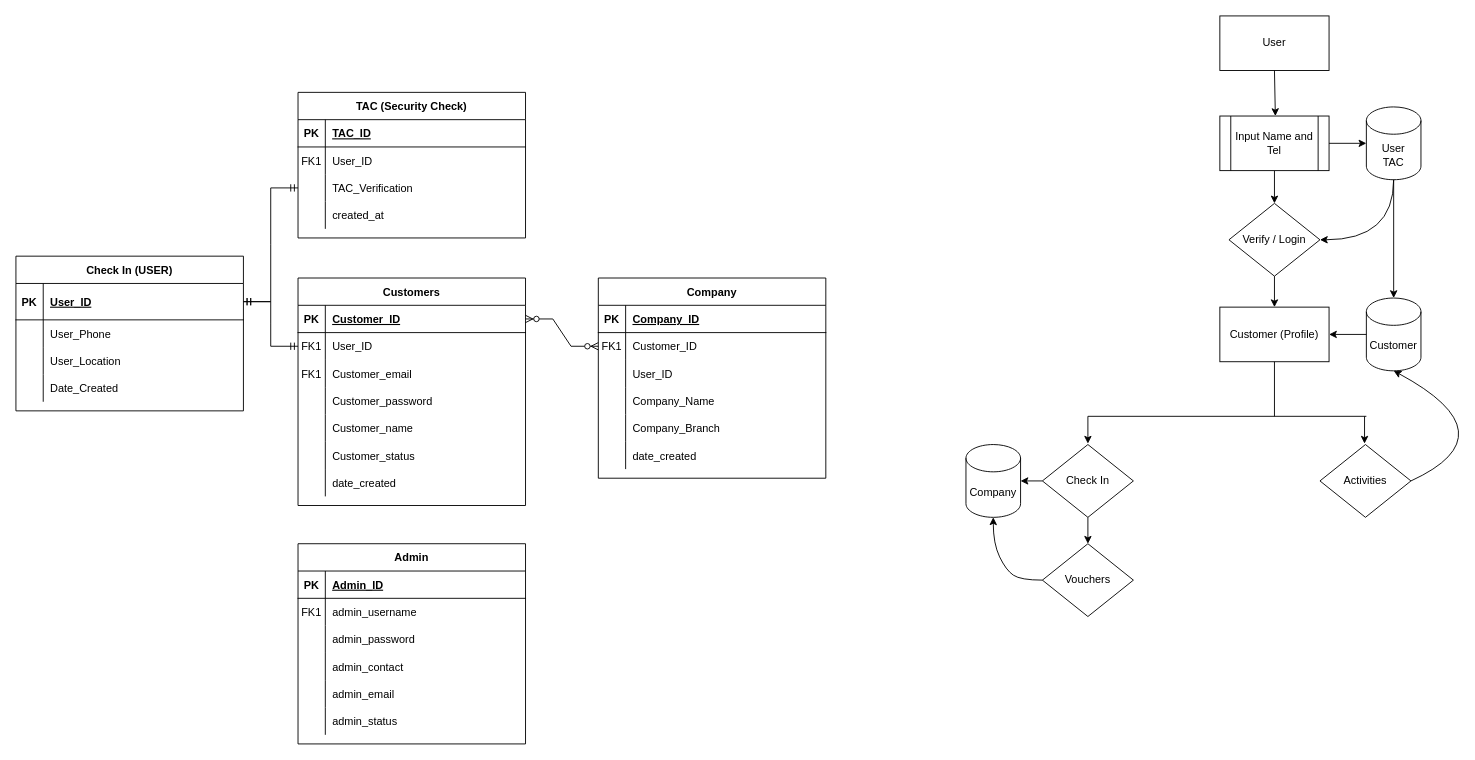
The draw.io diagram myS.drawio in AmirAini/BackEndDay1, before the edit. Source tidied: cells renumbered, new cells numbered last; positions are measured from the earlier drawing's top-left corner, leaving out a move shared by most shapes. Both pictures are drawn from the tidied source at 91%, with x=0, y=0 at pixel (15, 15).
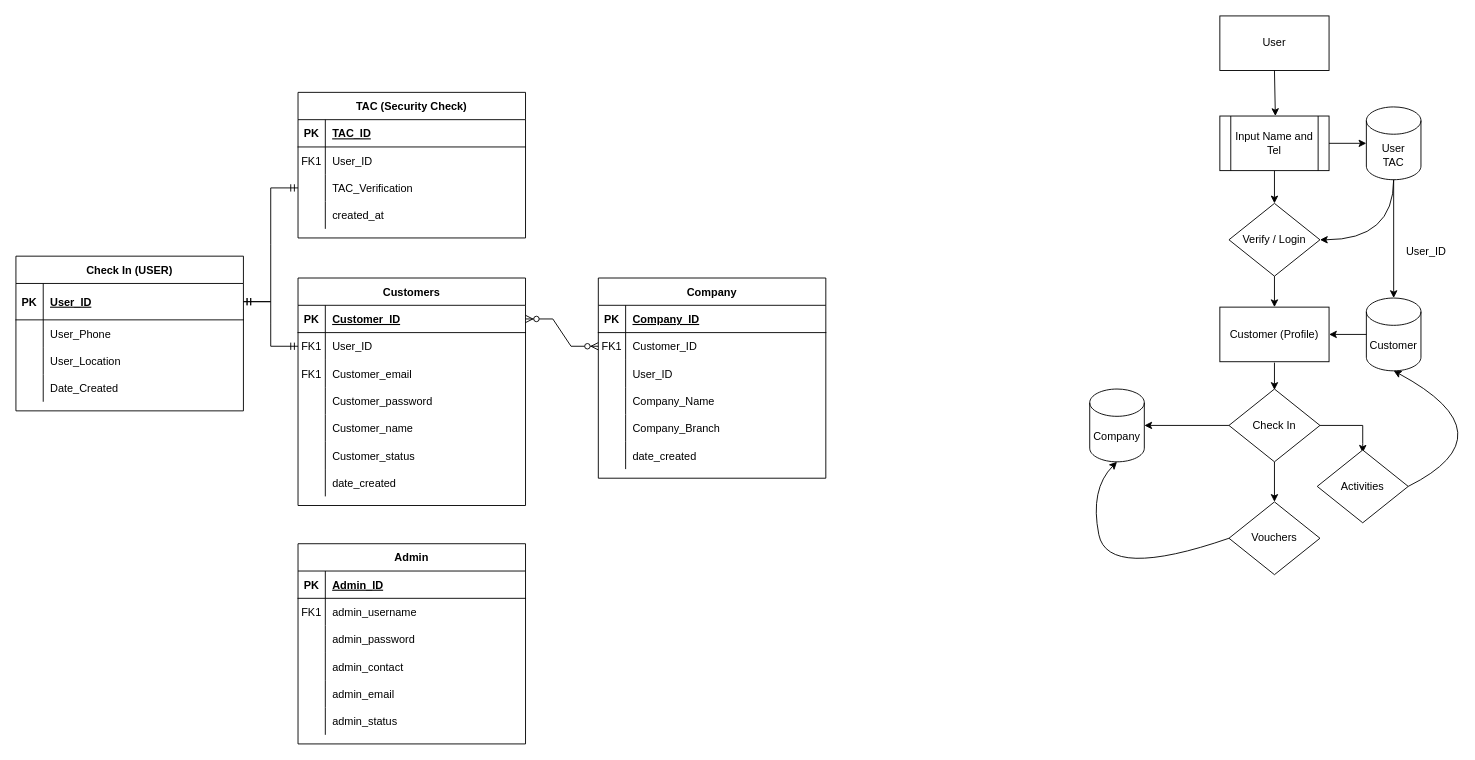
Above is the later version.

The change refers to these unchanged cells:
```xml
<mxCell id="97" value="Customer (Profile)" style="rounded=0;whiteSpace=wrap;html=1;" parent="1" vertex="1">
  <mxGeometry x="1323" y="320" width="120" height="60" as="geometry" />
</mxCell>
```

Diff of the diagram source:
```diff
@@
-    <mxCell id="98" style="endArrow=none;html=1;rounded=0;exitX=0.5;exitY=1;exitDx=0;exitDy=0;" parent="1" edge="1" source="97">
-      <mxGeometry relative="1" as="geometry">
-        <mxPoint x="1383" y="440" as="targetPoint" />
-      </mxGeometry>
-    </mxCell>
-    <mxCell id="99" style="endArrow=none;html=1;rounded=0;" parent="1" edge="1">
-      <mxGeometry relative="1" as="geometry">
-        <mxPoint x="1178" y="440" as="sourcePoint" />
-        <mxPoint x="1484" y="440" as="targetPoint" />
-      </mxGeometry>
-    </mxCell>
@@
-    <mxCell id="103" style="endArrow=classic;html=1;rounded=0;exitX=0.5;exitY=1;exitDx=0;exitDy=0;" parent="1" edge="1" source="106">
-      <mxGeometry relative="1" as="geometry">
-        <mxPoint x="1178" y="580" as="targetPoint" />
-      </mxGeometry>
+    <mxCell id="103" style="endArrow=classic;html=1;rounded=0;exitX=0.5;exitY=1;exitDx=0;exitDy=0;entryX=0.5;entryY=0;entryDx=0;entryDy=0;" parent="1" edge="1" source="106" target="108">
+      <mxGeometry relative="1" as="geometry" />
     </mxCell>
     <mxCell id="104" style="endArrow=classic;html=1;rounded=0;" parent="1" edge="1">
       <mxGeometry relative="1" as="geometry">
-        <mxPoint x="1482" y="440" as="sourcePoint" />
-        <mxPoint x="1482" y="470" as="targetPoint" />
+        <mxPoint x="1480" y="450" as="sourcePoint" />
+        <mxPoint x="1480" y="480" as="targetPoint" />
+        <Array as="points">
+          <mxPoint x="1480" y="470" />
+        </Array>
       </mxGeometry>
     </mxCell>
     <mxCell id="105" style="endArrow=classic;html=1;rounded=0;" parent="1" edge="1">
       <mxGeometry relative="1" as="geometry">
-        <mxPoint x="1178" y="440" as="sourcePoint" />
-        <mxPoint x="1178" y="470" as="targetPoint" />
+        <mxPoint x="1383" y="381" as="sourcePoint" />
+        <mxPoint x="1383" y="411" as="targetPoint" />
       </mxGeometry>
     </mxCell>
     <mxCell id="106" value="Check In" style="rhombus;whiteSpace=wrap;html=1;" parent="1" vertex="1">
-      <mxGeometry x="1128" y="471" width="100" height="80" as="geometry" />
+      <mxGeometry x="1333" y="410" width="100" height="80" as="geometry" />
     </mxCell>
     <mxCell id="107" value="Activities" style="rhombus;whiteSpace=wrap;html=1;" parent="1" vertex="1">
-      <mxGeometry x="1433" y="471" width="100" height="80" as="geometry" />
+      <mxGeometry x="1430" y="477" width="100" height="80" as="geometry" />
     </mxCell>
     <mxCell id="108" value="Vouchers" style="rhombus;whiteSpace=wrap;html=1;" parent="1" vertex="1">
-      <mxGeometry x="1128" y="580" width="100" height="80" as="geometry" />
+      <mxGeometry x="1333" y="534" width="100" height="80" as="geometry" />
     </mxCell>
@@
     <mxCell id="110" value="Company&lt;br&gt;" style="shape=cylinder3;whiteSpace=wrap;html=1;boundedLbl=1;backgroundOutline=1;size=15;" parent="1" vertex="1">
-      <mxGeometry x="1044" y="471" width="60" height="80" as="geometry" />
+      <mxGeometry x="1180" y="410" width="60" height="80" as="geometry" />
     </mxCell>
     <mxCell id="111" style="curved=1;endArrow=classic;html=1;rounded=0;exitX=0;exitY=0.5;exitDx=0;exitDy=0;entryX=0.5;entryY=1;entryDx=0;entryDy=0;entryPerimeter=0;" parent="1" edge="1" source="108" target="110">
       <mxGeometry relative="1" as="geometry">
         <Array as="points">
-          <mxPoint x="1104" y="620" />
-          <mxPoint x="1088" y="609" />
-          <mxPoint x="1074" y="580" />
+          <mxPoint x="1200" y="620" />
+          <mxPoint x="1180" y="520" />
         </Array>
       </mxGeometry>
     </mxCell>
@@
+    <mxCell id="116" value="User_ID" style="text;html=1;strokeColor=none;fillColor=none;align=center;verticalAlign=middle;whiteSpace=wrap;rounded=0;" parent="1" vertex="1">
+      <mxGeometry x="1520" y="244" width="60" height="30" as="geometry" />
+    </mxCell>
+    <mxCell id="117" style="endArrow=none;html=1;rounded=0;exitX=1;exitY=0.5;exitDx=0;exitDy=0;" parent="1" edge="1" source="106">
+      <mxGeometry relative="1" as="geometry">
+        <mxPoint x="1480" y="450" as="targetPoint" />
+      </mxGeometry>
+    </mxCell>
```
